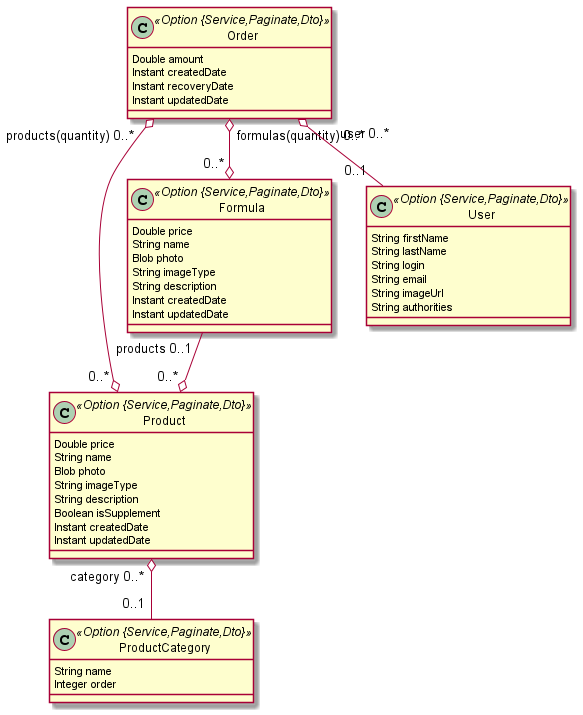
Before: model.png, a diagram exported from PlantUML (cyrdominicytos/resto_order_app). Its diagram source:
```plantuml
@startuml
	!pragma syntax class
	class Product <<Option {Service,Paginate,Dto}>> {
		Double price
		String name
		Blob photo
		String imageType
		String description
		Boolean isSupplement
		Instant createdDate
		Instant updatedDate
	}
	class ProductCategory <<Option {Service,Paginate,Dto}>> {
		String name
		Integer order
	}
	class Formula <<Option {Service,Paginate,Dto}>> {
		Double price
		String name
		Blob photo
		String imageType
		String description
		Instant createdDate
		Instant updatedDate
	}
	class Order <<Option {Service,Paginate,Dto}>> {
		Double amount
		Instant createdDate
		Instant recoveryDate
		Instant updatedDate
	}
	Product  "category 0..* " o-- "0..1 "  ProductCategory
	Formula  "products 0..1 " --o "0..* "  Product
	Order  "products(quantity) 0..* " o--o "0..* "  Product
	Order  "formulas(quantity) 0..* " o--o "0..* "  Formula
	Order  "user 0..* " o-- "0..1 "  User
	class User <<Option {Service,Paginate,Dto}>> {
		String firstName
		String lastName
		String login
		String email
		String imageUrl
		String authorities
	}
@enduml
```
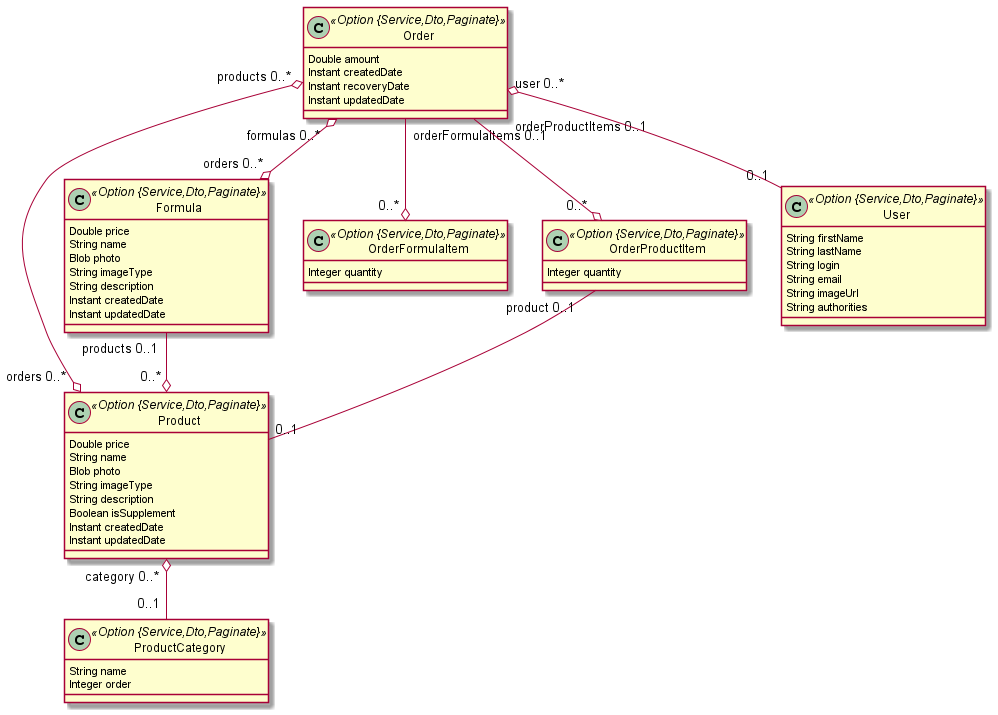
After the change.

The edit, as a diff of the source:
```diff
@@ -1,6 +1,6 @@
 @startuml
 	!pragma syntax class
-	class Product <<Option {Service,Paginate,Dto}>> {
+	class Product <<Option {Service,Dto,Paginate}>> {
 		Double price
 		String name
 		Blob photo
@@ -10,11 +10,11 @@
 		Instant createdDate
 		Instant updatedDate
 	}
-	class ProductCategory <<Option {Service,Paginate,Dto}>> {
+	class ProductCategory <<Option {Service,Dto,Paginate}>> {
 		String name
 		Integer order
 	}
-	class Formula <<Option {Service,Paginate,Dto}>> {
+	class Formula <<Option {Service,Dto,Paginate}>> {
 		Double price
 		String name
 		Blob photo
@@ -23,18 +23,27 @@
 		Instant createdDate
 		Instant updatedDate
 	}
-	class Order <<Option {Service,Paginate,Dto}>> {
+	class Order <<Option {Service,Dto,Paginate}>> {
 		Double amount
 		Instant createdDate
 		Instant recoveryDate
 		Instant updatedDate
 	}
+	class OrderFormulaItem <<Option {Service,Dto,Paginate}>> {
+		Integer quantity
+	}
+	class OrderProductItem <<Option {Service,Dto,Paginate}>> {
+		Integer quantity
+	}
+	Order  "orderFormulaItems 0..1 " --o "0..* "  OrderFormulaItem
+	Order  "orderProductItems 0..1 " --o "0..* "  OrderProductItem
+	OrderProductItem  "product 0..1 " -- "0..1 "  Product
 	Product  "category 0..* " o-- "0..1 "  ProductCategory
 	Formula  "products 0..1 " --o "0..* "  Product
-	Order  "products(quantity) 0..* " o--o "0..* "  Product
-	Order  "formulas(quantity) 0..* " o--o "0..* "  Formula
+	Order  "products 0..* " o--o "orders 0..* "  Product
+	Order  "formulas 0..* " o--o "orders 0..* "  Formula
 	Order  "user 0..* " o-- "0..1 "  User
-	class User <<Option {Service,Paginate,Dto}>> {
+	class User <<Option {Service,Dto,Paginate}>> {
 		String firstName
 		String lastName
 		String login
```
